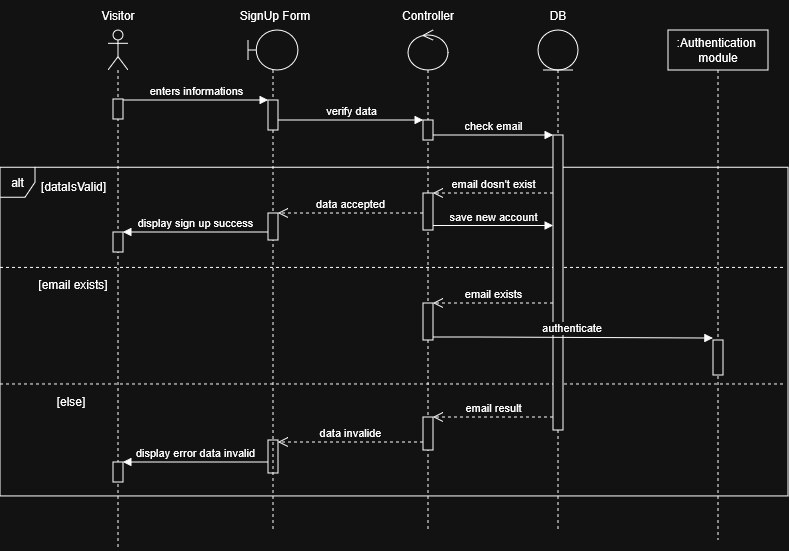
Earlier version of the draw.io export uml diagram/createAccount_sequence.png (rayenbenyoussef/Jci_Manager). Source tidied: cells renumbered, new cells last; positions are measured from the earlier drawing's top-left corner, leaving out a move shared by most shapes.
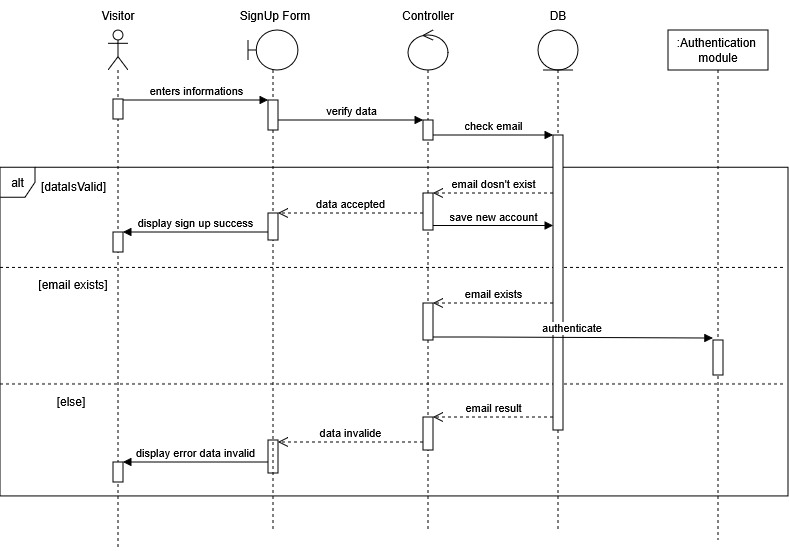
After the change.

Change to the diagram source:
```diff
@@ -5,7 +5,7 @@
     <mxCell id="2" style="group;fillColor=none;" parent="1" vertex="1">
       <mxGeometry y="166" width="788" height="330" as="geometry" />
     </mxCell>
-    <mxCell id="3" value="alt" style="shape=umlFrame;whiteSpace=wrap;html=1;width=35;height=30;" parent="2" vertex="1">
+    <mxCell id="3" value="alt" style="shape=umlFrame;whiteSpace=wrap;html=1;width=35;height=30;fillColor=none;" parent="2" vertex="1">
       <mxGeometry y="1.3" width="788" height="328.7" as="geometry" />
     </mxCell>
     <mxCell id="4" value="[dataIsValid]" style="text;html=1;whiteSpace=wrap;strokeColor=none;fillColor=none;align=center;verticalAlign=middle;rounded=0;" parent="2" vertex="1">
```
